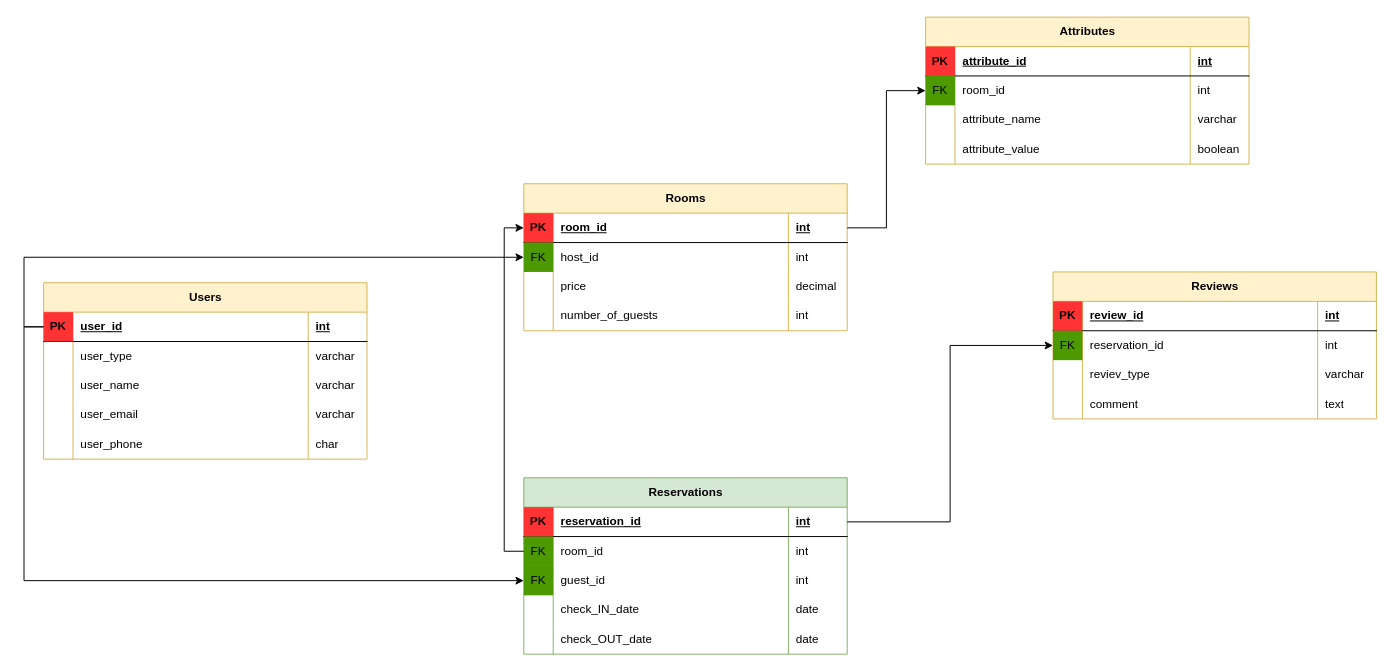
Olha-Zhernosek/projector_homeworks keeps this draw.io diagram as airbnb_diagram.drawio. Above is the earlier version. Source tidied: cells renumbered, new cells numbered last; positions are measured from the earlier drawing's top-left corner, leaving out a move shared by most shapes. Both pictures are drawn from the tidied source at 98%, with x=0, y=0 at pixel (43, 17).
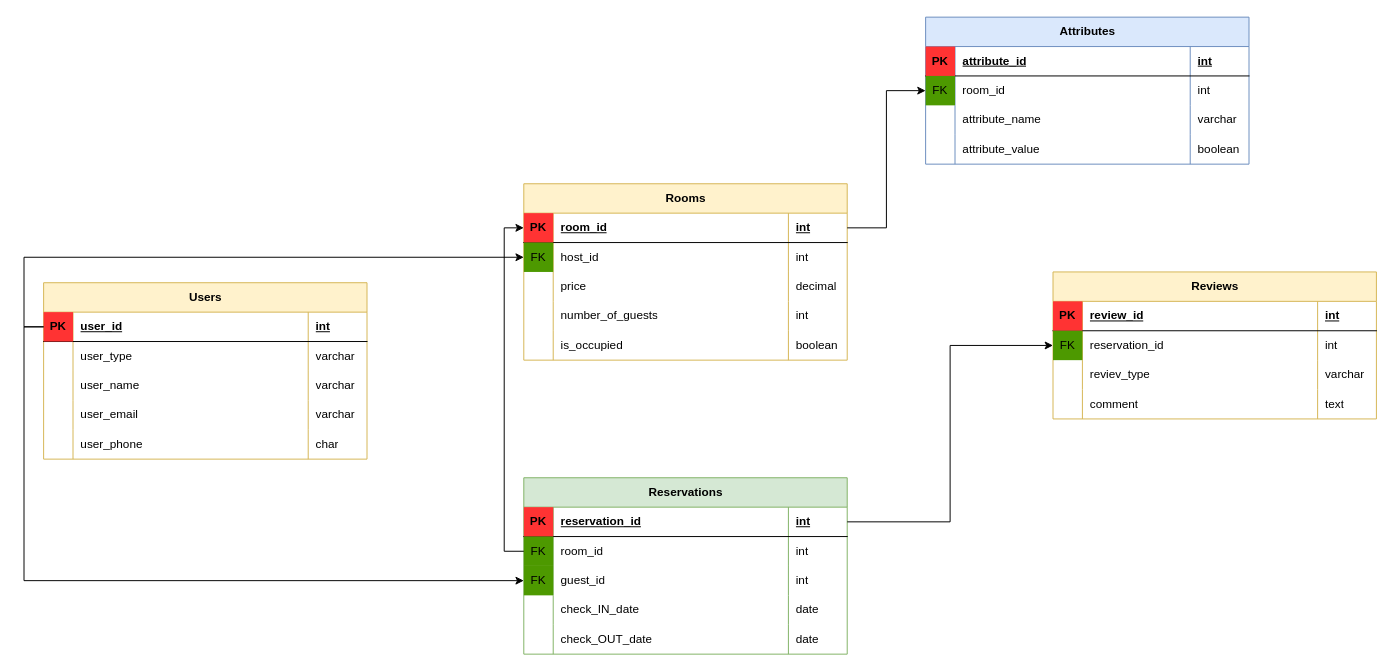
Above is the later version.

What changed in the source:
```diff
@@
     <mxCell id="61" value="Rooms" style="shape=table;startSize=30;childLayout=tableLayout;rowLines=0;fontStyle=1;align=center;html=1;fillColor=#fff2cc;strokeColor=#d6b656;" parent="1" vertex="1">
-      <mxGeometry x="490" y="170" width="330" height="150" as="geometry" />
+      <mxGeometry x="490" y="170" width="330" height="180" as="geometry" />
     </mxCell>
@@
+    <mxCell id="100" style="shape=tableRow;horizontal=0;startSize=0;swimlaneHead=0;swimlaneBody=0;fillColor=none;top=0;left=0;right=0;bottom=0;" parent="61" vertex="1">
+      <mxGeometry y="150" width="330" height="30" as="geometry" />
+    </mxCell>
+    <mxCell id="101" style="shape=partialRectangle;fillColor=none;top=0;left=0;bottom=0;right=0;overflow=hidden;whiteSpace=wrap;html=1;" parent="100" vertex="1">
+      <mxGeometry width="30" height="30" as="geometry" />
+    </mxCell>
+    <mxCell id="102" value="is_occupied" style="shape=partialRectangle;fillColor=none;top=0;left=0;bottom=0;right=0;align=left;spacingLeft=6;overflow=hidden;whiteSpace=wrap;html=1;" parent="100" vertex="1">
+      <mxGeometry x="30" width="240" height="30" as="geometry" />
+    </mxCell>
+    <mxCell id="103" value="boolean" style="shape=partialRectangle;fillColor=none;top=0;left=0;bottom=0;right=0;align=left;spacingLeft=6;overflow=hidden;whiteSpace=wrap;html=1;" parent="100" vertex="1">
+      <mxGeometry x="270" width="60" height="30" as="geometry" />
+    </mxCell>
@@
-    <mxCell id="82" value="Attributes" style="shape=table;startSize=30;childLayout=tableLayout;rowLines=0;fontStyle=1;align=center;html=1;fillColor=#fff2cc;strokeColor=#d6b656;" parent="1" vertex="1">
+    <mxCell id="82" value="Attributes" style="shape=table;startSize=30;childLayout=tableLayout;rowLines=0;fontStyle=1;align=center;html=1;fillColor=#dae8fc;strokeColor=#6c8ebf;" parent="1" vertex="1">
       <mxGeometry x="900" width="330" height="150" as="geometry" />
     </mxCell>
```
